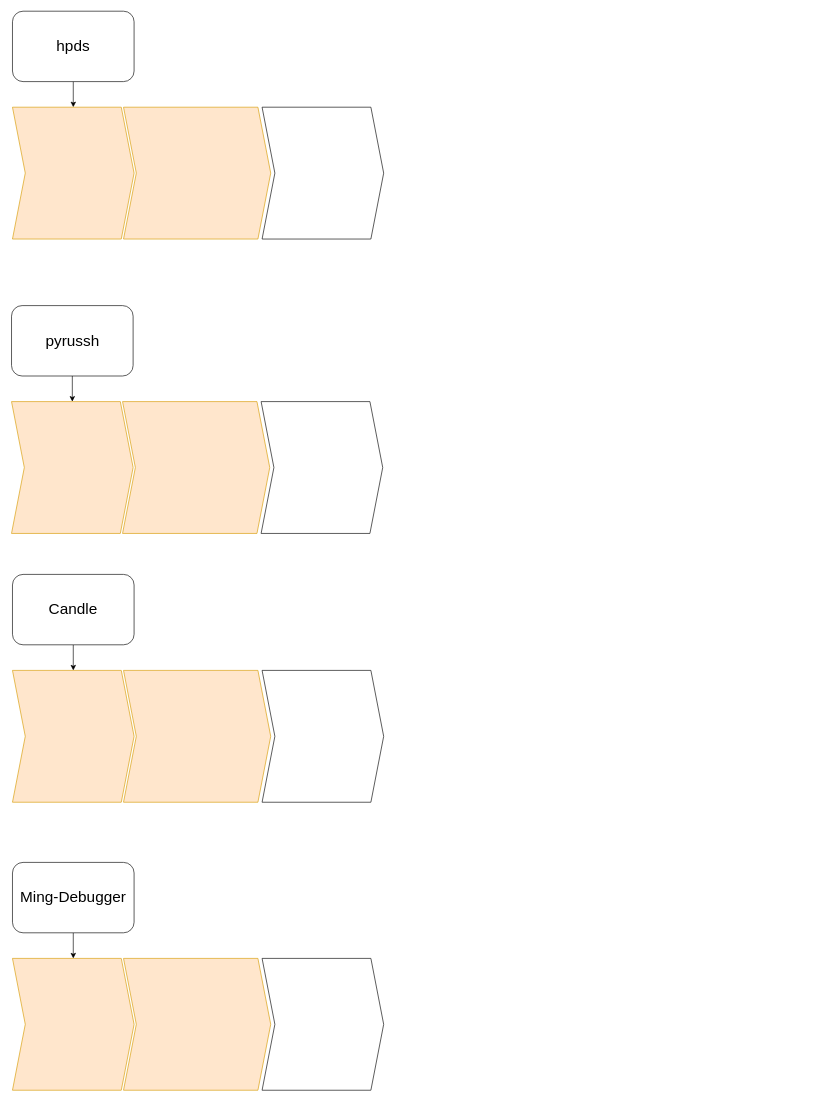
Earlier version of the draw.io diagram page "工匠精神" (2 of 6) of scheduler.drawio (xiaoniaoyouhuajiang/ClassNotebook). Source tidied: cells renumbered, new cells numbered last; positions are measured from the earlier drawing's top-left corner, leaving out a move shared by most shapes. Both pictures are drawn from the tidied source at 64%, with x=0, y=0 at pixel (11, 11).
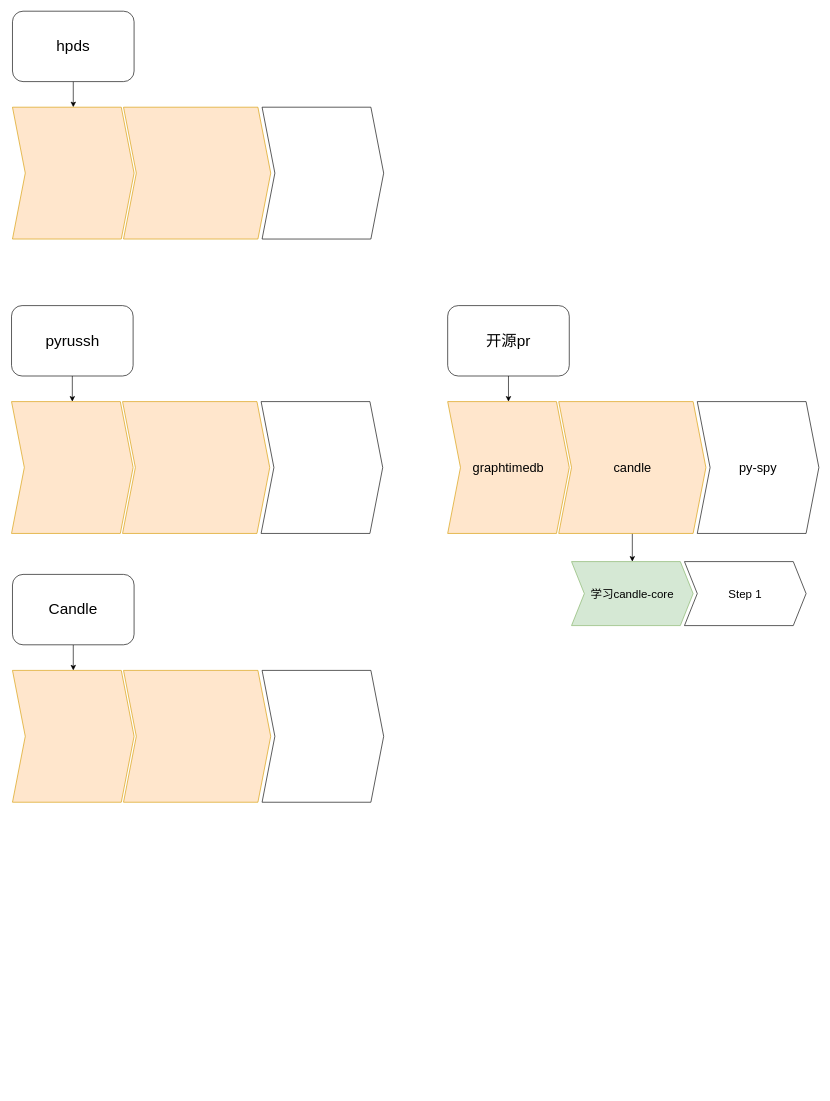
The same page after the edit.

The edit, as a diff of the source:
```diff
@@
-    <mxCell id="12" style="edgeStyle=orthogonalEdgeStyle;rounded=0;jettySize=auto;html=1;" parent="1" edge="1" source="13" target="14">
-      <mxGeometry relative="1" as="geometry" />
-    </mxCell>
-    <mxCell id="13" value="&lt;span style=&quot;font-size: 24px&quot;&gt;Ming-Debugger&lt;/span&gt;" style="rounded=1;whiteSpace=wrap;html=1;" parent="1" vertex="1">
-      <mxGeometry x="2" y="1330" width="190" height="110" as="geometry" />
-    </mxCell>
-    <mxCell id="14" style="shape=step;perimeter=stepPerimeter;fixedSize=1;points=[];whiteSpace=wrap;fontSize=20;fillColor=#ffe6cc;strokeColor=#d79b00;" parent="1" vertex="1">
-      <mxGeometry x="2" y="1480" width="190" height="206" as="geometry" />
-    </mxCell>
-    <mxCell id="15" style="shape=step;perimeter=stepPerimeter;fixedSize=1;whiteSpace=wrap;fontSize=20;fillColor=#ffe6cc;strokeColor=#d79b00;" parent="1" vertex="1">
-      <mxGeometry x="175.5" y="1480" width="230" height="206" as="geometry" />
-    </mxCell>
-    <mxCell id="16" style="shape=step;perimeter=stepPerimeter;fixedSize=1;whiteSpace=wrap;fontSize=20;" parent="1" vertex="1">
-      <mxGeometry x="392" y="1480" width="190" height="206" as="geometry" />
-    </mxCell>
@@
+    <mxCell id="22" style="edgeStyle=orthogonalEdgeStyle;rounded=0;jettySize=auto;html=1;" parent="1" edge="1" source="23" target="24">
+      <mxGeometry relative="1" as="geometry" />
+    </mxCell>
+    <mxCell id="23" value="&lt;span style=&quot;font-size: 24px&quot;&gt;开源pr&lt;/span&gt;" style="rounded=1;whiteSpace=wrap;html=1;" parent="1" vertex="1">
+      <mxGeometry x="682" y="460" width="190" height="110" as="geometry" />
+    </mxCell>
+    <mxCell id="24" value="graphtimedb" style="shape=step;perimeter=stepPerimeter;fixedSize=1;points=[];whiteSpace=wrap;fontSize=20;fillColor=#ffe6cc;strokeColor=#d79b00;" parent="1" vertex="1">
+      <mxGeometry x="682" y="610" width="190" height="206" as="geometry" />
+    </mxCell>
+    <mxCell id="25" style="edgeStyle=orthogonalEdgeStyle;rounded=0;jettySize=auto;html=1;" parent="1" edge="1" source="26" target="28">
+      <mxGeometry relative="1" as="geometry" />
+    </mxCell>
+    <mxCell id="26" value="candle" style="shape=step;perimeter=stepPerimeter;fixedSize=1;points=[];whiteSpace=wrap;fontSize=20;fillColor=#ffe6cc;strokeColor=#d79b00;" parent="1" vertex="1">
+      <mxGeometry x="855.5" y="610" width="230" height="206" as="geometry" />
+    </mxCell>
+    <mxCell id="27" value="py-spy" style="shape=step;perimeter=stepPerimeter;fixedSize=1;whiteSpace=wrap;fontSize=20;" parent="1" vertex="1">
+      <mxGeometry x="1072" y="610" width="190" height="206" as="geometry" />
+    </mxCell>
+    <mxCell id="28" value="学习candle-core" style="shape=step;perimeter=stepPerimeter;fixedSize=1;points=[];fontSize=18;fillColor=#d5e8d4;strokeColor=#82b366;" parent="1" vertex="1">
+      <mxGeometry x="875.5" y="860" width="190" height="100" as="geometry" />
+    </mxCell>
+    <mxCell id="29" value="Step 1" style="shape=step;perimeter=stepPerimeter;fixedSize=1;fontSize=18;" parent="1" vertex="1">
+      <mxGeometry x="1052" y="860" width="190" height="100" as="geometry" />
+    </mxCell>
```
